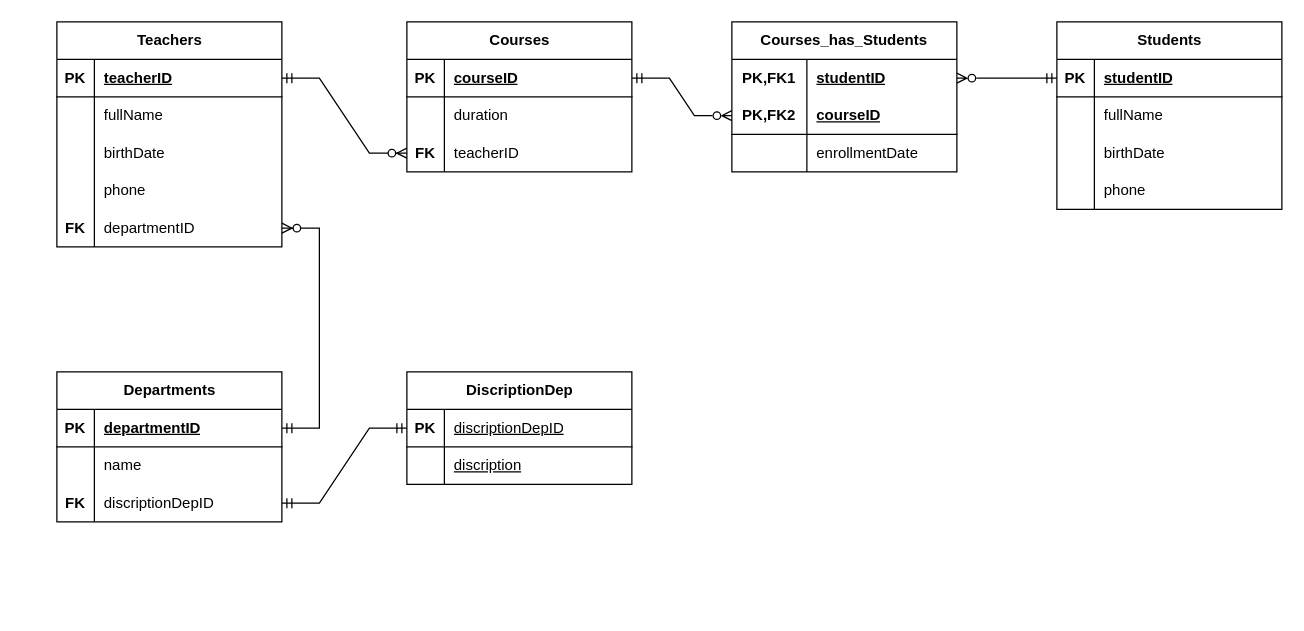
Before: page "Задание 1" (1 of 3) of Диаграмма без названия.drawio in Pong2605/14-homework, a draw.io diagram. Source tidied: cells renumbered, new cells numbered last; positions are measured from the earlier drawing's top-left corner, leaving out a move shared by most shapes. Both pictures are drawn from the tidied source at 125%, with x=0, y=0 at pixel (56, 21).
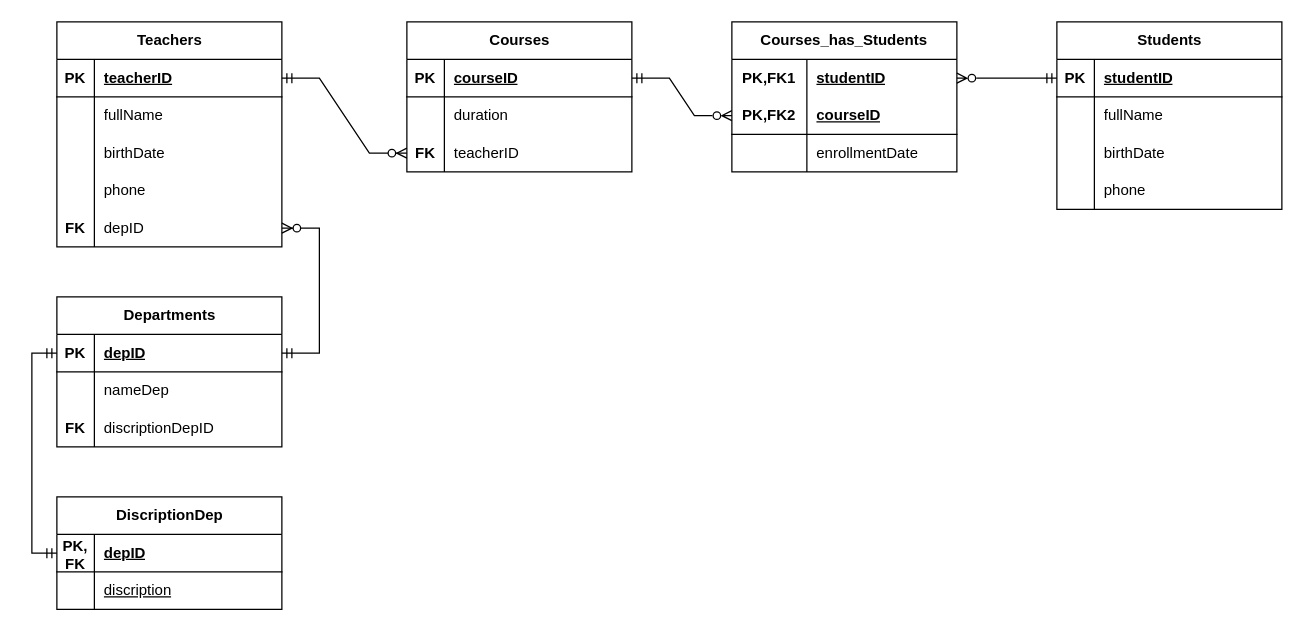
The same page after the edit.

The change refers to these unchanged cells:
```xml
<mxCell id="28" style="shape=tableRow;horizontal=0;startSize=0;swimlaneHead=0;swimlaneBody=0;fillColor=none;points=[[0,0.5],[1,0.5]];portConstraint=eastwest;top=0;left=0;right=0;bottom=0;" parent="15" vertex="1">
  <mxGeometry y="150" width="180" height="30" as="geometry" />
</mxCell>
<mxCell id="62" style="shape=tableRow;horizontal=0;startSize=0;swimlaneHead=0;swimlaneBody=0;fillColor=none;points=[[0,0.5],[1,0.5]];portConstraint=eastwest;top=0;left=0;right=0;bottom=0;" parent="55" vertex="1">
  <mxGeometry y="90" width="180" height="30" as="geometry" />
</mxCell>
```

Change to the diagram source:
```diff
@@
-    <mxCell id="30" value="departmentID" style="shape=partialRectangle;fillColor=none;top=0;left=0;bottom=0;right=0;align=left;spacingLeft=6;overflow=hidden;whiteSpace=wrap;html=1;" parent="28" vertex="1">
+    <mxCell id="30" value="depID" style="shape=partialRectangle;fillColor=none;top=0;left=0;bottom=0;right=0;align=left;spacingLeft=6;overflow=hidden;whiteSpace=wrap;html=1;" parent="28" vertex="1">
       <mxGeometry x="30" width="150" height="30" as="geometry" />
     </mxCell>
@@
-    <mxCell id="51" style="edgeStyle=entityRelationEdgeStyle;fontSize=12;html=1;endArrow=ERzeroToMany;startArrow=ERmandOne;rounded=0;entryX=1;entryY=0.5;entryDx=0;entryDy=0;exitX=1;exitY=0.5;exitDx=0;exitDy=0;" parent="1" edge="1" source="56" target="28">
+    <mxCell id="51" style="edgeStyle=entityRelationEdgeStyle;fontSize=12;html=1;endArrow=ERzeroToMany;startArrow=ERmandOne;rounded=0;entryX=1;entryY=0.5;entryDx=0;entryDy=0;exitX=1;exitY=0.5;exitDx=0;exitDy=0;" parent="1" edge="1" source="73" target="28">
       <mxGeometry relative="1" as="geometry" />
     </mxCell>
@@
     <mxCell id="55" value="Departments" style="shape=table;startSize=30;childLayout=tableLayout;rowLines=0;fontStyle=1;align=center;html=1;" parent="1" vertex="1">
-      <mxGeometry y="280" width="180" height="120" as="geometry" />
+      <mxGeometry y="220" width="180" height="120" as="geometry" />
     </mxCell>
-    <mxCell id="56" style="shape=tableRow;horizontal=0;startSize=0;swimlaneHead=0;swimlaneBody=0;fillColor=none;points=[[0,0.5],[1,0.5]];portConstraint=eastwest;top=0;left=0;right=0;bottom=1;" parent="55" vertex="1">
-      <mxGeometry y="30" width="180" height="30" as="geometry" />
-    </mxCell>
-    <mxCell id="57" value="PK" style="shape=partialRectangle;fillColor=none;top=0;left=0;bottom=0;right=0;fontStyle=1;overflow=hidden;whiteSpace=wrap;html=1;" parent="56" vertex="1">
-      <mxGeometry width="30" height="30" as="geometry" />
-    </mxCell>
-    <mxCell id="58" value="departmentID" style="shape=partialRectangle;fillColor=none;top=0;left=0;bottom=0;right=0;align=left;spacingLeft=6;fontStyle=5;overflow=hidden;whiteSpace=wrap;html=1;" parent="56" vertex="1">
-      <mxGeometry x="30" width="150" height="30" as="geometry" />
-    </mxCell>
-    <mxCell id="59" style="shape=tableRow;horizontal=0;startSize=0;swimlaneHead=0;swimlaneBody=0;fillColor=none;top=0;left=0;right=0;bottom=0;" parent="55" vertex="1">
-      <mxGeometry y="60" width="180" height="30" as="geometry" />
-    </mxCell>
-    <mxCell id="60" style="shape=partialRectangle;fillColor=none;top=0;left=0;bottom=0;right=0;overflow=hidden;whiteSpace=wrap;html=1;" parent="59" vertex="1">
-      <mxGeometry width="30" height="30" as="geometry" />
-    </mxCell>
-    <mxCell id="61" value="name" style="shape=partialRectangle;fillColor=none;top=0;left=0;bottom=0;right=0;align=left;spacingLeft=6;overflow=hidden;whiteSpace=wrap;html=1;" parent="59" vertex="1">
-      <mxGeometry x="30" width="150" height="30" as="geometry" />
-    </mxCell>
+    <mxCell id="73" style="shape=tableRow;horizontal=0;startSize=0;swimlaneHead=0;swimlaneBody=0;fillColor=none;points=[[0,0.5],[1,0.5]];portConstraint=eastwest;top=0;left=0;right=0;bottom=1;" parent="55" vertex="1">
+      <mxGeometry y="30" width="180" height="30" as="geometry" />
+    </mxCell>
+    <mxCell id="74" value="PK" style="shape=partialRectangle;fillColor=none;top=0;left=0;bottom=0;right=0;fontStyle=1;overflow=hidden;whiteSpace=wrap;html=1;" parent="73" vertex="1">
+      <mxGeometry width="30" height="30" as="geometry" />
+    </mxCell>
+    <mxCell id="75" value="depID" style="shape=partialRectangle;fillColor=none;top=0;left=0;bottom=0;right=0;align=left;spacingLeft=6;fontStyle=5;overflow=hidden;whiteSpace=wrap;html=1;" parent="73" vertex="1">
+      <mxGeometry x="30" width="150" height="30" as="geometry" />
+    </mxCell>
+    <mxCell id="76" style="shape=tableRow;horizontal=0;startSize=0;swimlaneHead=0;swimlaneBody=0;fillColor=none;top=0;left=0;right=0;bottom=0;" parent="55" vertex="1">
+      <mxGeometry y="60" width="180" height="30" as="geometry" />
+    </mxCell>
+    <mxCell id="77" style="shape=partialRectangle;fillColor=none;top=0;left=0;bottom=0;right=0;overflow=hidden;whiteSpace=wrap;html=1;" parent="76" vertex="1">
+      <mxGeometry width="30" height="30" as="geometry" />
+    </mxCell>
+    <mxCell id="78" value="nameDep" style="shape=partialRectangle;fillColor=none;top=0;left=0;bottom=0;right=0;align=left;spacingLeft=6;overflow=hidden;whiteSpace=wrap;html=1;" parent="76" vertex="1">
+      <mxGeometry x="30" width="150" height="30" as="geometry" />
+    </mxCell>
@@
     <mxCell id="65" value="DiscriptionDep" style="shape=table;startSize=30;childLayout=tableLayout;rowLines=0;fontStyle=1;align=center;html=1;" parent="1" vertex="1">
-      <mxGeometry x="280" y="280" width="180" height="90" as="geometry" />
+      <mxGeometry y="380" width="180" height="90" as="geometry" />
     </mxCell>
-    <mxCell id="66" style="shape=tableRow;horizontal=0;startSize=0;swimlaneHead=0;swimlaneBody=0;fillColor=none;points=[[0,0.5],[1,0.5]];portConstraint=eastwest;top=0;left=0;right=0;bottom=1;" parent="65" vertex="1">
-      <mxGeometry y="30" width="180" height="30" as="geometry" />
-    </mxCell>
-    <mxCell id="67" value="PK" style="shape=partialRectangle;fillColor=none;top=0;left=0;bottom=0;right=0;fontStyle=1;overflow=hidden;whiteSpace=wrap;html=1;" parent="66" vertex="1">
-      <mxGeometry width="30" height="30" as="geometry" />
-    </mxCell>
-    <mxCell id="68" value="&lt;span style=&quot;font-weight: 400;&quot;&gt;discriptionDepID&lt;/span&gt;" style="shape=partialRectangle;fillColor=none;top=0;left=0;bottom=0;right=0;align=left;spacingLeft=6;fontStyle=5;overflow=hidden;whiteSpace=wrap;html=1;" parent="66" vertex="1">
-      <mxGeometry x="30" width="150" height="30" as="geometry" />
-    </mxCell>
-    <mxCell id="69" style="shape=tableRow;horizontal=0;startSize=0;swimlaneHead=0;swimlaneBody=0;fillColor=none;top=0;left=0;right=0;bottom=0;" parent="65" vertex="1">
-      <mxGeometry y="60" width="180" height="30" as="geometry" />
-    </mxCell>
-    <mxCell id="70" style="shape=partialRectangle;fillColor=none;top=0;left=0;bottom=0;right=0;overflow=hidden;whiteSpace=wrap;html=1;" parent="69" vertex="1">
-      <mxGeometry width="30" height="30" as="geometry" />
-    </mxCell>
+    <mxCell id="79" style="shape=tableRow;horizontal=0;startSize=0;swimlaneHead=0;swimlaneBody=0;fillColor=none;points=[[0,0.5],[1,0.5]];portConstraint=eastwest;top=0;left=0;right=0;bottom=1;" parent="65" vertex="1">
+      <mxGeometry y="30" width="180" height="30" as="geometry" />
+    </mxCell>
+    <mxCell id="80" value="PK, FK" style="shape=partialRectangle;fillColor=none;top=0;left=0;bottom=0;right=0;fontStyle=1;overflow=hidden;whiteSpace=wrap;html=1;" parent="79" vertex="1">
+      <mxGeometry width="30" height="30" as="geometry" />
+    </mxCell>
+    <mxCell id="81" value="depID" style="shape=partialRectangle;fillColor=none;top=0;left=0;bottom=0;right=0;align=left;spacingLeft=6;fontStyle=5;overflow=hidden;whiteSpace=wrap;html=1;" parent="79" vertex="1">
+      <mxGeometry x="30" width="150" height="30" as="geometry" />
+    </mxCell>
+    <mxCell id="82" style="shape=tableRow;horizontal=0;startSize=0;swimlaneHead=0;swimlaneBody=0;fillColor=none;top=0;left=0;right=0;bottom=0;" parent="65" vertex="1">
+      <mxGeometry y="60" width="180" height="30" as="geometry" />
+    </mxCell>
+    <mxCell id="83" style="shape=partialRectangle;fillColor=none;top=0;left=0;bottom=0;right=0;overflow=hidden;whiteSpace=wrap;html=1;" parent="82" vertex="1">
+      <mxGeometry width="30" height="30" as="geometry" />
+    </mxCell>
-    <mxCell id="71" value="&lt;span style=&quot;text-decoration-line: underline;&quot;&gt;discription&lt;/span&gt;" style="shape=partialRectangle;fillColor=none;top=0;left=0;bottom=0;right=0;align=left;spacingLeft=6;overflow=hidden;whiteSpace=wrap;html=1;" parent="69" vertex="1">
+    <mxCell id="71" value="&lt;span style=&quot;text-decoration-line: underline;&quot;&gt;discription&lt;/span&gt;" style="shape=partialRectangle;fillColor=none;top=0;left=0;bottom=0;right=0;align=left;spacingLeft=6;overflow=hidden;whiteSpace=wrap;html=1;" parent="82" vertex="1">
       <mxGeometry x="30" width="150" height="30" as="geometry" />
     </mxCell>
-    <mxCell id="72" style="edgeStyle=entityRelationEdgeStyle;fontSize=12;html=1;endArrow=ERmandOne;startArrow=ERmandOne;rounded=0;entryX=0;entryY=0.5;entryDx=0;entryDy=0;exitX=1;exitY=0.5;exitDx=0;exitDy=0;" parent="1" edge="1" source="62" target="66">
-      <mxGeometry relative="1" as="geometry" />
-    </mxCell>
+    <mxCell id="84" style="edgeStyle=orthogonalEdgeStyle;fontSize=12;html=1;endArrow=ERmandOne;startArrow=ERmandOne;rounded=0;entryX=0;entryY=0.5;entryDx=0;entryDy=0;exitX=0;exitY=0.5;exitDx=0;exitDy=0;" parent="1" edge="1" source="73" target="79">
+      <mxGeometry relative="1" as="geometry">
+        <Array as="points">
+          <mxPoint x="-20" y="265" />
+          <mxPoint x="-20" y="425" />
+        </Array>
+      </mxGeometry>
+    </mxCell>
```
